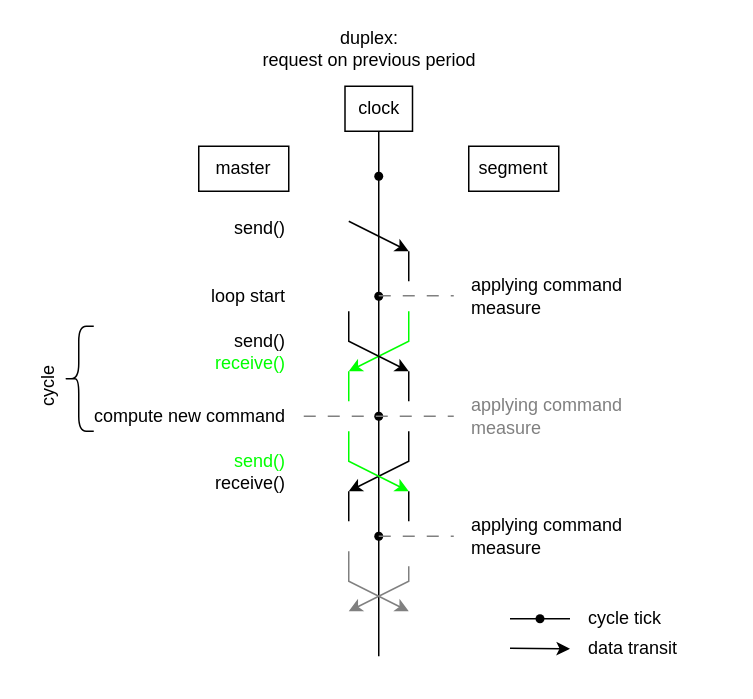
The draw.io diagram page "cycle-exchange-duplex" (12 of 13) of schemes.drawio in jimy-byerley/etherage, before the edit. Source tidied: cells renumbered, new cells numbered last; positions are measured from the earlier drawing's top-left corner, leaving out a move shared by most shapes. Both pictures are drawn from the tidied source at 150%, with x=0, y=0 at pixel (3, 26).
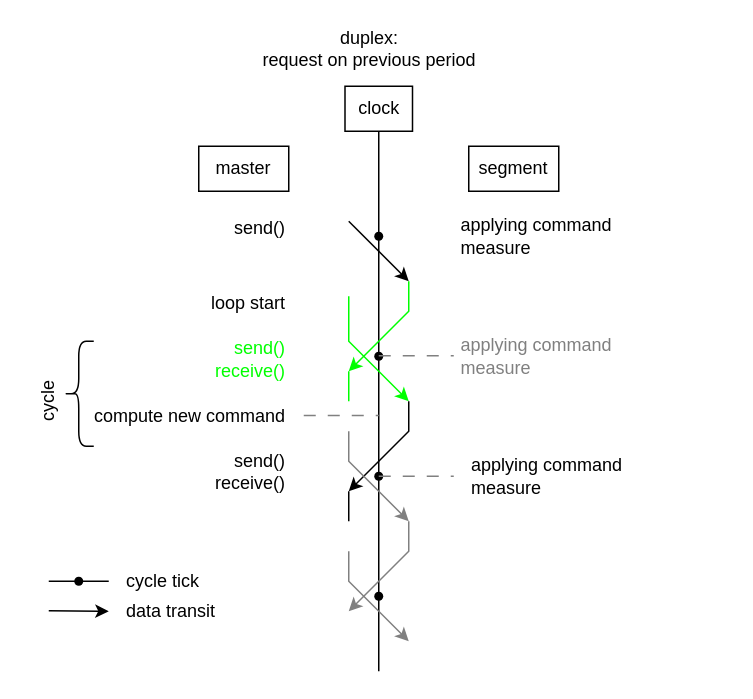
The same page after the edit.

The edit, as a diff of the source:
```diff
@@
     <mxCell id="2" style="endArrow=classic;html=1;rounded=0;" parent="1" edge="1">
       <mxGeometry relative="1" as="geometry">
-        <mxPoint x="337.5" y="414.6" as="sourcePoint" />
-        <mxPoint x="377.5" y="415" as="targetPoint" />
+        <mxPoint x="30" y="389.6" as="sourcePoint" />
+        <mxPoint x="70" y="390" as="targetPoint" />
       </mxGeometry>
     </mxCell>
     <mxCell id="3" value="data transit" style="text;html=1;align=left;verticalAlign=middle;whiteSpace=wrap;rounded=0;" parent="1" vertex="1">
-      <mxGeometry x="387.5" y="400" width="95" height="30" as="geometry" />
+      <mxGeometry x="80" y="375" width="95" height="30" as="geometry" />
     </mxCell>
     <mxCell id="4" style="endArrow=none;html=1;rounded=0;" parent="1" edge="1" source="7">
       <mxGeometry relative="1" as="geometry">
-        <mxPoint x="377.5" y="395" as="targetPoint" />
+        <mxPoint x="70" y="370" as="targetPoint" />
       </mxGeometry>
     </mxCell>
     <mxCell id="5" value="cycle tick" style="text;html=1;align=left;verticalAlign=middle;whiteSpace=wrap;rounded=0;" parent="1" vertex="1">
-      <mxGeometry x="387.5" y="380" width="95" height="30" as="geometry" />
+      <mxGeometry x="80" y="355" width="95" height="30" as="geometry" />
     </mxCell>
     <mxCell id="6" style="endArrow=none;html=1;rounded=0;" parent="1" edge="1" target="7">
       <mxGeometry relative="1" as="geometry">
-        <mxPoint x="337.5" y="395" as="sourcePoint" />
+        <mxPoint x="30" y="370" as="sourcePoint" />
       </mxGeometry>
     </mxCell>
     <mxCell id="7" style="shape=waypoint;sketch=0;fillStyle=solid;size=6;points=[];fillColor=none;perimeter=centerPerimeter;snapToPoint=1;" parent="1" vertex="1">
-      <mxGeometry x="347.5" y="385" width="20" height="20" as="geometry" />
+      <mxGeometry x="40" y="360" width="20" height="20" as="geometry" />
     </mxCell>
     <mxCell id="8" style="endArrow=none;html=1;rounded=0;" parent="1" edge="1" source="13">
       <mxGeometry relative="1" as="geometry">
-        <mxPoint x="250" y="420" as="targetPoint" />
+        <mxPoint x="250" y="430" as="targetPoint" />
       </mxGeometry>
     </mxCell>
@@
     <mxCell id="10" style="shape=waypoint;sketch=0;fillStyle=solid;size=6;points=[];fillColor=none;perimeter=centerPerimeter;snapToPoint=1;" parent="1" vertex="1">
-      <mxGeometry x="240" y="90" width="20" height="20" as="geometry" />
+      <mxGeometry x="240" y="130" width="20" height="20" as="geometry" />
     </mxCell>
     <mxCell id="11" style="shape=waypoint;sketch=0;fillStyle=solid;size=6;fillColor=none;perimeter=centerPerimeter;" parent="1" vertex="1">
-      <mxGeometry x="240" y="170" width="20" height="20" as="geometry" />
+      <mxGeometry x="240" y="210" width="20" height="20" as="geometry" />
     </mxCell>
@@
     <mxCell id="13" style="shape=waypoint;sketch=0;fillStyle=solid;size=6;points=[];fillColor=none;perimeter=centerPerimeter;snapToPoint=1;" parent="1" vertex="1">
-      <mxGeometry x="240" y="250" width="20" height="20" as="geometry" />
+      <mxGeometry x="240" y="290" width="20" height="20" as="geometry" />
     </mxCell>
     <mxCell id="14" style="endArrow=none;html=1;rounded=0;dashed=1;dashPattern=8 8;strokeColor=#808080;" parent="1" edge="1">
       <mxGeometry relative="1" as="geometry">
-        <mxPoint x="200" y="260" as="sourcePoint" />
-        <mxPoint x="300" y="260" as="targetPoint" />
+        <mxPoint x="200" y="259.5" as="sourcePoint" />
+        <mxPoint x="250" y="259.5" as="targetPoint" />
       </mxGeometry>
     </mxCell>
@@
     <mxCell id="18" style="endArrow=none;html=1;rounded=0;dashed=1;dashPattern=8 8;strokeColor=#808080;exitX=0.7;exitY=0.7;exitDx=0;exitDy=0;exitPerimeter=0;" parent="1" edge="1">
       <mxGeometry relative="1" as="geometry">
-        <mxPoint x="250" y="179.6" as="sourcePoint" />
-        <mxPoint x="300" y="179.6" as="targetPoint" />
+        <mxPoint x="250" y="219.6" as="sourcePoint" />
+        <mxPoint x="300" y="219.6" as="targetPoint" />
       </mxGeometry>
     </mxCell>
     <mxCell id="19" style="endArrow=classic;html=1;rounded=0;" parent="1" edge="1">
       <mxGeometry relative="1" as="geometry">
         <mxPoint x="230" y="130" as="sourcePoint" />
-        <mxPoint x="270" y="150" as="targetPoint" />
+        <mxPoint x="270" y="170" as="targetPoint" />
       </mxGeometry>
     </mxCell>
     <mxCell id="20" style="endArrow=classic;html=1;rounded=0;strokeColor=#00FF00;" parent="1" edge="1">
       <mxGeometry relative="1" as="geometry">
-        <mxPoint x="270" y="190" as="sourcePoint" />
+        <mxPoint x="270" y="170" as="sourcePoint" />
         <mxPoint x="230" y="230" as="targetPoint" />
         <Array as="points">
-          <mxPoint x="270" y="210" />
+          <mxPoint x="270" y="190" />
         </Array>
       </mxGeometry>
     </mxCell>
-    <mxCell id="21" style="endArrow=classic;html=1;rounded=0;" parent="1" edge="1">
+    <mxCell id="21" style="endArrow=classic;html=1;rounded=0;strokeColor=#00FF00;" parent="1" edge="1">
       <mxGeometry relative="1" as="geometry">
-        <mxPoint x="230" y="190" as="sourcePoint" />
-        <mxPoint x="270" y="230" as="targetPoint" />
+        <mxPoint x="230" y="180" as="sourcePoint" />
+        <mxPoint x="270" y="250" as="targetPoint" />
         <Array as="points">
           <mxPoint x="230" y="210" />
         </Array>
       </mxGeometry>
     </mxCell>
     <mxCell id="22" style="endArrow=classic;html=1;rounded=0;" parent="1" edge="1">
       <mxGeometry relative="1" as="geometry">
-        <mxPoint x="270" y="270" as="sourcePoint" />
+        <mxPoint x="270" y="250" as="sourcePoint" />
         <mxPoint x="230" y="310" as="targetPoint" />
         <Array as="points">
-          <mxPoint x="270" y="290" />
+          <mxPoint x="270" y="270" />
         </Array>
       </mxGeometry>
     </mxCell>
@@
-    <mxCell id="24" value="send()" style="text;html=1;align=right;verticalAlign=middle;whiteSpace=wrap;rounded=0;" parent="1" vertex="1">
-      <mxGeometry x="80" y="195" width="110" height="30" as="geometry" />
+    <mxCell id="24" value="send()" style="text;html=1;align=right;verticalAlign=middle;whiteSpace=wrap;rounded=0;fontColor=#00FF00;" parent="1" vertex="1">
+      <mxGeometry x="80" y="200" width="110" height="30" as="geometry" />
     </mxCell>
     <mxCell id="25" value="receive()" style="text;html=1;align=right;verticalAlign=middle;whiteSpace=wrap;rounded=0;fontColor=#00FF00;" parent="1" vertex="1">
-      <mxGeometry x="80" y="210" width="110" height="30" as="geometry" />
+      <mxGeometry x="80" y="215" width="110" height="30" as="geometry" />
     </mxCell>
@@
-    <mxCell id="27" value="send()" style="text;html=1;align=right;verticalAlign=middle;whiteSpace=wrap;rounded=0;fontColor=#00FF00;" parent="1" vertex="1">
+    <mxCell id="27" value="send()" style="text;html=1;align=right;verticalAlign=middle;whiteSpace=wrap;rounded=0;fontColor=default;" parent="1" vertex="1">
       <mxGeometry x="80" y="275" width="110" height="30" as="geometry" />
     </mxCell>
-    <mxCell id="28" style="endArrow=classic;html=1;rounded=0;strokeColor=#00FF00;" parent="1" edge="1">
+    <mxCell id="28" style="endArrow=classic;html=1;rounded=0;strokeColor=#808080;" parent="1" edge="1">
       <mxGeometry relative="1" as="geometry">
         <mxPoint x="230" y="270" as="sourcePoint" />
-        <mxPoint x="270" y="310" as="targetPoint" />
+        <mxPoint x="270" y="330" as="targetPoint" />
         <Array as="points">
           <mxPoint x="230" y="290" />
         </Array>
       </mxGeometry>
     </mxCell>
     <mxCell id="29" style="endArrow=classic;html=1;rounded=0;strokeColor=#808080;" parent="1" edge="1">
       <mxGeometry relative="1" as="geometry">
-        <mxPoint x="270" y="360" as="sourcePoint" />
+        <mxPoint x="270" y="330" as="sourcePoint" />
         <mxPoint x="230" y="390" as="targetPoint" />
         <Array as="points">
-          <mxPoint x="270" y="370" />
+          <mxPoint x="270" y="350" />
         </Array>
       </mxGeometry>
     </mxCell>
@@
     <mxCell id="31" value="applying command&lt;div&gt;measure&lt;/div&gt;" style="text;html=1;align=left;verticalAlign=middle;whiteSpace=wrap;rounded=0;fontColor=#808080;" parent="1" vertex="1">
-      <mxGeometry x="310" y="245" width="110" height="30" as="geometry" />
+      <mxGeometry x="302.5" y="205" width="110" height="30" as="geometry" />
     </mxCell>
     <mxCell id="32" value="loop start" style="text;html=1;align=right;verticalAlign=middle;whiteSpace=wrap;rounded=0;" parent="1" vertex="1">
-      <mxGeometry x="50" y="165" width="140" height="30" as="geometry" />
+      <mxGeometry x="50" y="170" width="140" height="30" as="geometry" />
     </mxCell>
-    <mxCell id="33" style="endArrow=none;html=1;rounded=0;" parent="1" edge="1">
-      <mxGeometry relative="1" as="geometry">
-        <mxPoint x="270" y="250" as="sourcePoint" />
-        <mxPoint x="270" y="230" as="targetPoint" />
-      </mxGeometry>
-    </mxCell>
-    <mxCell id="34" style="endArrow=none;html=1;rounded=0;strokeColor=#00FF00;" parent="1" edge="1">
-      <mxGeometry relative="1" as="geometry">
-        <mxPoint x="230" y="250" as="sourcePoint" />
-        <mxPoint x="230" y="230" as="targetPoint" />
-      </mxGeometry>
-    </mxCell>
-    <mxCell id="35" style="endArrow=none;html=1;rounded=0;" parent="1" edge="1">
-      <mxGeometry relative="1" as="geometry">
-        <mxPoint x="230" y="330" as="sourcePoint" />
-        <mxPoint x="230" y="310" as="targetPoint" />
-      </mxGeometry>
-    </mxCell>
-    <mxCell id="36" style="endArrow=none;html=1;rounded=0;" parent="1" edge="1">
-      <mxGeometry relative="1" as="geometry">
-        <mxPoint x="270" y="170" as="sourcePoint" />
-        <mxPoint x="270" y="150" as="targetPoint" />
-      </mxGeometry>
-    </mxCell>
     <mxCell id="37" style="shape=waypoint;sketch=0;fillStyle=solid;size=6;points=[];fillColor=none;perimeter=centerPerimeter;snapToPoint=1;" parent="1" vertex="1">
-      <mxGeometry x="240" y="330" width="20" height="20" as="geometry" />
+      <mxGeometry x="240" y="370" width="20" height="20" as="geometry" />
     </mxCell>
     <mxCell id="38" style="endArrow=classic;html=1;rounded=0;strokeColor=#808080;" parent="1" edge="1">
       <mxGeometry relative="1" as="geometry">
         <mxPoint x="230" y="350" as="sourcePoint" />
-        <mxPoint x="270" y="390" as="targetPoint" />
+        <mxPoint x="270" y="410" as="targetPoint" />
         <Array as="points">
           <mxPoint x="230" y="370" />
         </Array>
       </mxGeometry>
     </mxCell>
     <mxCell id="39" value="applying command&lt;div&gt;measure&lt;/div&gt;" style="text;html=1;align=left;verticalAlign=middle;whiteSpace=wrap;rounded=0;fontColor=default;" parent="1" vertex="1">
-      <mxGeometry x="310" y="165" width="110" height="30" as="geometry" />
+      <mxGeometry x="302.5" y="125" width="110" height="30" as="geometry" />
     </mxCell>
@@
     <mxCell id="41" style="shape=curlyBracket;whiteSpace=wrap;html=1;rounded=1;labelPosition=left;verticalLabelPosition=middle;align=right;verticalAlign=middle;" parent="1" vertex="1">
-      <mxGeometry x="40" y="200" width="20" height="70" as="geometry" />
+      <mxGeometry x="40" y="210" width="20" height="70" as="geometry" />
     </mxCell>
     <mxCell id="42" value="cycle" style="text;html=1;align=center;verticalAlign=middle;whiteSpace=wrap;rounded=0;rotation=-90;" parent="1" vertex="1">
-      <mxGeometry y="225" width="60" height="30" as="geometry" />
+      <mxGeometry y="235" width="60" height="30" as="geometry" />
     </mxCell>
     <mxCell id="43" value="applying command&lt;div&gt;measure&lt;/div&gt;" style="text;html=1;align=left;verticalAlign=middle;whiteSpace=wrap;rounded=0;fontColor=default;" parent="1" vertex="1">
-      <mxGeometry x="310" y="325" width="110" height="30" as="geometry" />
+      <mxGeometry x="310" y="285" width="110" height="30" as="geometry" />
     </mxCell>
-    <mxCell id="44" style="endArrow=none;html=1;rounded=0;dashed=1;dashPattern=8 8;strokeColor=#808080;" parent="1" edge="1" source="37">
-      <mxGeometry relative="1" as="geometry">
-        <mxPoint x="300" y="340" as="targetPoint" />
-      </mxGeometry>
-    </mxCell>
-    <mxCell id="45" style="endArrow=none;html=1;rounded=0;fontColor=#00FF00;" parent="1" edge="1">
-      <mxGeometry relative="1" as="geometry">
-        <mxPoint x="270" y="330" as="sourcePoint" />
-        <mxPoint x="270" y="310" as="targetPoint" />
-      </mxGeometry>
-    </mxCell>
+    <mxCell id="46" style="endArrow=none;html=1;rounded=0;dashed=1;dashPattern=8 8;strokeColor=#808080;exitX=0.8;exitY=0.8;exitDx=0;exitDy=0;exitPerimeter=0;" parent="1" edge="1" source="13">
+      <mxGeometry relative="1" as="geometry">
+        <mxPoint x="300" y="300" as="targetPoint" />
+      </mxGeometry>
+    </mxCell>
+    <mxCell id="47" style="endArrow=none;html=1;rounded=0;strokeColor=#00FF00;" parent="1" edge="1">
+      <mxGeometry relative="1" as="geometry">
+        <mxPoint x="230" y="250" as="sourcePoint" />
+        <mxPoint x="230" y="230" as="targetPoint" />
+      </mxGeometry>
+    </mxCell>
+    <mxCell id="48" style="endArrow=none;html=1;rounded=0;strokeColor=default;" parent="1" edge="1">
+      <mxGeometry relative="1" as="geometry">
+        <mxPoint x="230" y="330" as="sourcePoint" />
+        <mxPoint x="230" y="310" as="targetPoint" />
+      </mxGeometry>
+    </mxCell>
```
